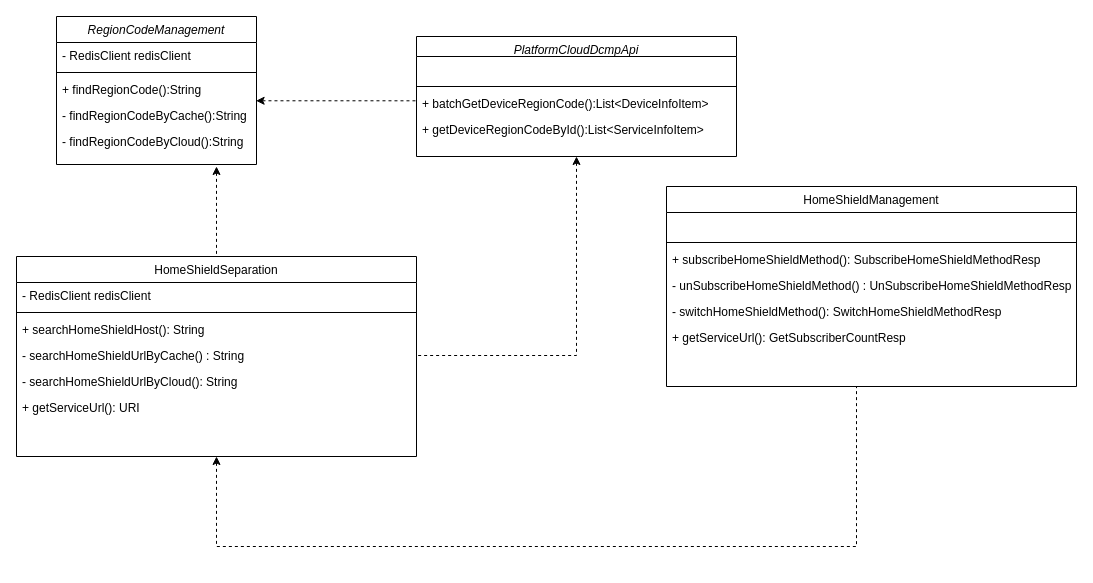
Dntls/Book keeps this draw.io diagram as Tauc概要设计.drawio. Above is the earlier version. Source tidied: cells renumbered, new cells numbered last; positions are measured from the earlier drawing's top-left corner, leaving out a move shared by most shapes. Both pictures are drawn from the tidied source at 100%, with x=0, y=0 at pixel (16, 16).
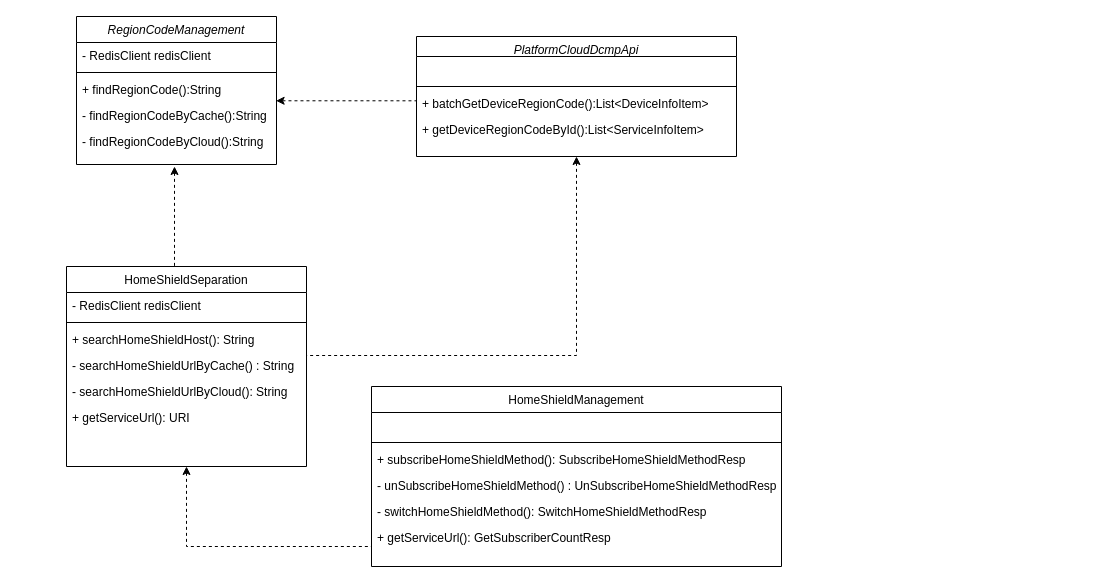
The same page after the edit.

Commit message:
更新Tauc概要设计.drawio

The change refers to these unchanged cells:
```xml
<mxCell id="29" value="+ getServiceUrl(): GetSubscriberCountResp" style="text;align=left;verticalAlign=top;spacingLeft=4;spacingRight=4;overflow=hidden;points=[[0,0.5],[1,0.5]];portConstraint=eastwest;" parent="23" vertex="1">
  <mxGeometry y="138" width="410" height="26" as="geometry" />
</mxCell>
```

Change to the diagram source:
```diff
@@
     <mxCell id="2" value="RegionCodeManagement" style="swimlane;fontStyle=2;align=center;verticalAlign=top;horizontal=1;startSize=26;rounded=0;shadow=0;strokeWidth=1;" parent="1" vertex="1">
-      <mxGeometry x="40" width="200" height="148" as="geometry" />
+      <mxGeometry x="60" width="200" height="148" as="geometry" />
     </mxCell>
@@
     <mxCell id="8" value="HomeShieldSeparation" style="swimlane;fontStyle=0;align=center;verticalAlign=top;horizontal=1;startSize=26;rounded=0;shadow=0;strokeWidth=1;" parent="1" vertex="1">
-      <mxGeometry y="240" width="400" height="200" as="geometry" />
+      <mxGeometry x="50" y="250" width="240" height="200" as="geometry" />
     </mxCell>
     <mxCell id="9" value="- RedisClient redisClient" style="text;align=left;verticalAlign=top;spacingLeft=4;spacingRight=4;overflow=hidden;rounded=0;shadow=0;html=0;" parent="8" vertex="1">
-      <mxGeometry y="26" width="400" height="26" as="geometry" />
+      <mxGeometry y="26" width="240" height="26" as="geometry" />
     </mxCell>
     <mxCell id="10" style="line;html=1;strokeWidth=1;align=left;verticalAlign=middle;spacingTop=-1;spacingLeft=3;spacingRight=3;labelPosition=right;" parent="8" vertex="1">
-      <mxGeometry y="52" width="400" height="8" as="geometry" />
+      <mxGeometry y="52" width="240" height="8" as="geometry" />
     </mxCell>
     <mxCell id="11" value="+ searchHomeShieldHost(): String" style="text;align=left;verticalAlign=top;spacingLeft=4;spacingRight=4;overflow=hidden;" parent="8" vertex="1">
-      <mxGeometry y="60" width="400" height="26" as="geometry" />
+      <mxGeometry y="60" width="240" height="26" as="geometry" />
     </mxCell>
     <mxCell id="12" value="- searchHomeShieldUrlByCache() : String" style="text;align=left;verticalAlign=top;spacingLeft=4;spacingRight=4;overflow=hidden;points=[[0,0.5],[1,0.5]];portConstraint=eastwest;" parent="8" vertex="1">
-      <mxGeometry y="86" width="400" height="26" as="geometry" />
+      <mxGeometry y="86" width="240" height="26" as="geometry" />
     </mxCell>
     <mxCell id="13" value="- searchHomeShieldUrlByCloud(): String" style="text;align=left;verticalAlign=top;spacingLeft=4;spacingRight=4;overflow=hidden;" parent="8" vertex="1">
-      <mxGeometry y="112" width="400" height="26" as="geometry" />
+      <mxGeometry y="112" width="240" height="26" as="geometry" />
     </mxCell>
     <mxCell id="14" value="+ getServiceUrl(): URI" style="text;align=left;verticalAlign=top;spacingLeft=4;spacingRight=4;overflow=hidden;" parent="8" vertex="1">
-      <mxGeometry y="138" width="400" height="26" as="geometry" />
+      <mxGeometry y="138" width="240" height="26" as="geometry" />
     </mxCell>
-    <mxCell id="15" style="endArrow=none;shadow=0;strokeWidth=1;rounded=0;endFill=0;edgeStyle=elbowEdgeStyle;elbow=vertical;startArrow=classic;startFill=1;entryX=0.5;entryY=0;entryDx=0;entryDy=0;dashed=1;" parent="1" edge="1" target="8">
+    <mxCell id="15" style="endArrow=none;shadow=0;strokeWidth=1;rounded=0;endFill=0;edgeStyle=elbowEdgeStyle;elbow=vertical;startArrow=classic;startFill=1;dashed=1;" parent="1" edge="1">
       <mxGeometry x="0.5" y="41" relative="1" as="geometry">
-        <mxPoint x="200" y="150" as="sourcePoint" />
+        <mxPoint x="158" y="150" as="sourcePoint" />
+        <mxPoint x="158" y="250" as="targetPoint" />
         <Array as="points">
-          <mxPoint x="900" y="180" />
+          <mxPoint x="161.8" y="180" />
         </Array>
         <mxPoint x="-40" y="32" as="offset" />
       </mxGeometry>
     </mxCell>
@@
     <mxCell id="23" value="HomeShieldManagement" style="swimlane;fontStyle=0;align=center;verticalAlign=top;horizontal=1;startSize=26;rounded=0;shadow=0;strokeWidth=1;" parent="1" vertex="1">
-      <mxGeometry x="650" y="170" width="410" height="200" as="geometry" />
+      <mxGeometry x="355" y="370" width="410" height="180" as="geometry" />
     </mxCell>
@@
-    <mxCell id="30" style="endArrow=none;shadow=0;strokeWidth=1;rounded=0;endFill=0;edgeStyle=orthogonalEdgeStyle;elbow=vertical;startArrow=classic;startFill=1;dashed=1;exitX=0.5;exitY=1;exitDx=0;exitDy=0;" parent="1" edge="1" source="8">
+    <mxCell id="30" style="endArrow=none;shadow=0;strokeWidth=1;rounded=0;endFill=0;edgeStyle=orthogonalEdgeStyle;elbow=vertical;startArrow=classic;startFill=1;dashed=1;exitX=0.5;exitY=1;exitDx=0;exitDy=0;entryX=0;entryY=0.5;entryDx=0;entryDy=0;" parent="1" edge="1" source="8" target="29">
       <mxGeometry relative="1" as="geometry">
-        <mxPoint x="840" y="370" as="targetPoint" />
         <Array as="points">
-          <mxPoint x="200" y="530" />
-          <mxPoint x="840" y="530" />
+          <mxPoint x="170" y="530" />
+          <mxPoint x="355" y="530" />
         </Array>
       </mxGeometry>
     </mxCell>
```
